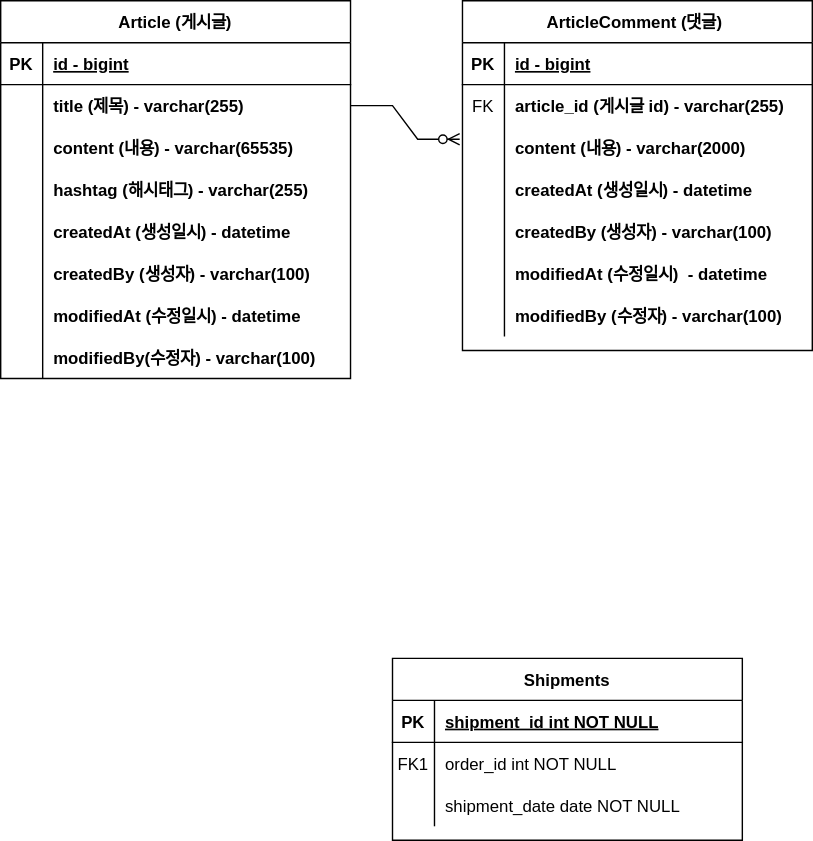
Earlier version of the draw.io export document/project-board-erd.svg (emmaHjJeon/be-dashboard-project). Source tidied: cells renumbered, new cells last; positions are measured from the earlier drawing's top-left corner, leaving out a move shared by most shapes.
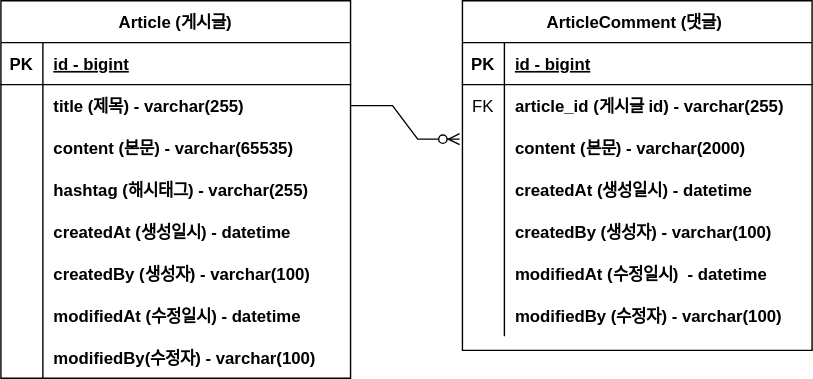
After the commit.

Commit message:
#7 - ERD 커멘트 수정

The edit, as a diff of the source:
```diff
@@ -29,7 +29,7 @@
     <mxCell id="10" style="shape=partialRectangle;overflow=hidden;fillColor=none;top=0;left=0;bottom=0;right=0;" parent="9" vertex="1">
       <mxGeometry width="30" height="30" as="geometry" />
     </mxCell>
-    <mxCell id="11" value="content (내용) - varchar(2000)" style="shape=partialRectangle;overflow=hidden;fillColor=none;top=0;left=0;bottom=0;right=0;align=left;spacingLeft=6;fontStyle=1;" parent="9" vertex="1">
+    <mxCell id="11" value="content (본문) - varchar(2000)" style="shape=partialRectangle;overflow=hidden;fillColor=none;top=0;left=0;bottom=0;right=0;align=left;spacingLeft=6;fontStyle=1;" parent="9" vertex="1">
       <mxGeometry x="30" width="220" height="30" as="geometry" />
     </mxCell>
     <mxCell id="12" style="shape=partialRectangle;fillColor=none;top=0;left=0;right=0;bottom=0;" parent="2" vertex="1">
@@ -68,36 +68,6 @@
     <mxCell id="23" value="modifiedBy (수정자) - varchar(100)" style="shape=partialRectangle;overflow=hidden;fillColor=none;top=0;left=0;bottom=0;right=0;align=left;spacingLeft=6;fontStyle=1;" parent="21" vertex="1">
       <mxGeometry x="30" width="220" height="30" as="geometry" />
     </mxCell>
-    <mxCell id="24" value="Shipments" style="shape=table;startSize=30;rowLines=0;fontStyle=1;align=center;" parent="1" vertex="1">
-      <mxGeometry x="280" y="470" width="250" height="130" as="geometry" />
-    </mxCell>
-    <mxCell id="25" style="shape=partialRectangle;fillColor=none;top=0;left=0;right=0;bottom=1;" parent="24" vertex="1">
-      <mxGeometry y="30" width="250" height="30" as="geometry" />
-    </mxCell>
-    <mxCell id="26" value="PK" style="shape=partialRectangle;overflow=hidden;fillColor=none;top=0;left=0;bottom=0;right=0;fontStyle=1;" parent="25" vertex="1">
-      <mxGeometry width="30" height="30" as="geometry" />
-    </mxCell>
-    <mxCell id="27" value="shipment_id int NOT NULL " style="shape=partialRectangle;overflow=hidden;fillColor=none;top=0;left=0;bottom=0;right=0;align=left;spacingLeft=6;fontStyle=5;" parent="25" vertex="1">
-      <mxGeometry x="30" width="220" height="30" as="geometry" />
-    </mxCell>
-    <mxCell id="28" style="shape=partialRectangle;fillColor=none;top=0;left=0;right=0;bottom=0;" parent="24" vertex="1">
-      <mxGeometry y="60" width="250" height="30" as="geometry" />
-    </mxCell>
-    <mxCell id="29" value="FK1" style="shape=partialRectangle;overflow=hidden;fillColor=none;top=0;left=0;bottom=0;right=0;" parent="28" vertex="1">
-      <mxGeometry width="30" height="30" as="geometry" />
-    </mxCell>
-    <mxCell id="30" value="order_id int NOT NULL" style="shape=partialRectangle;overflow=hidden;fillColor=none;top=0;left=0;bottom=0;right=0;align=left;spacingLeft=6;" parent="28" vertex="1">
-      <mxGeometry x="30" width="220" height="30" as="geometry" />
-    </mxCell>
-    <mxCell id="31" style="shape=partialRectangle;fillColor=none;top=0;left=0;right=0;bottom=0;" parent="24" vertex="1">
-      <mxGeometry y="90" width="250" height="30" as="geometry" />
-    </mxCell>
-    <mxCell id="32" style="shape=partialRectangle;overflow=hidden;fillColor=none;top=0;left=0;bottom=0;right=0;" parent="31" vertex="1">
-      <mxGeometry width="30" height="30" as="geometry" />
-    </mxCell>
-    <mxCell id="33" value="shipment_date date NOT NULL" style="shape=partialRectangle;overflow=hidden;fillColor=none;top=0;left=0;bottom=0;right=0;align=left;spacingLeft=6;" parent="31" vertex="1">
-      <mxGeometry x="30" width="220" height="30" as="geometry" />
-    </mxCell>
     <mxCell id="34" value="Article (게시글)" style="shape=table;startSize=30;rowLines=0;fontStyle=1;align=center;" parent="1" vertex="1">
       <mxGeometry width="250" height="270" as="geometry" />
     </mxCell>
@@ -125,7 +95,7 @@
     <mxCell id="42" style="shape=partialRectangle;overflow=hidden;fillColor=none;top=0;left=0;bottom=0;right=0;" parent="41" vertex="1">
       <mxGeometry width="30" height="30" as="geometry" />
     </mxCell>
-    <mxCell id="43" value="content (내용) - varchar(65535)" style="shape=partialRectangle;overflow=hidden;fillColor=none;top=0;left=0;bottom=0;right=0;align=left;spacingLeft=6;fontStyle=1;" parent="41" vertex="1">
+    <mxCell id="43" value="content (본문) - varchar(65535)" style="shape=partialRectangle;overflow=hidden;fillColor=none;top=0;left=0;bottom=0;right=0;align=left;spacingLeft=6;fontStyle=1;" parent="41" vertex="1">
       <mxGeometry x="30" width="220" height="30" as="geometry" />
     </mxCell>
     <mxCell id="44" style="shape=partialRectangle;fillColor=none;top=0;left=0;right=0;bottom=0;" parent="34" vertex="1">
```
